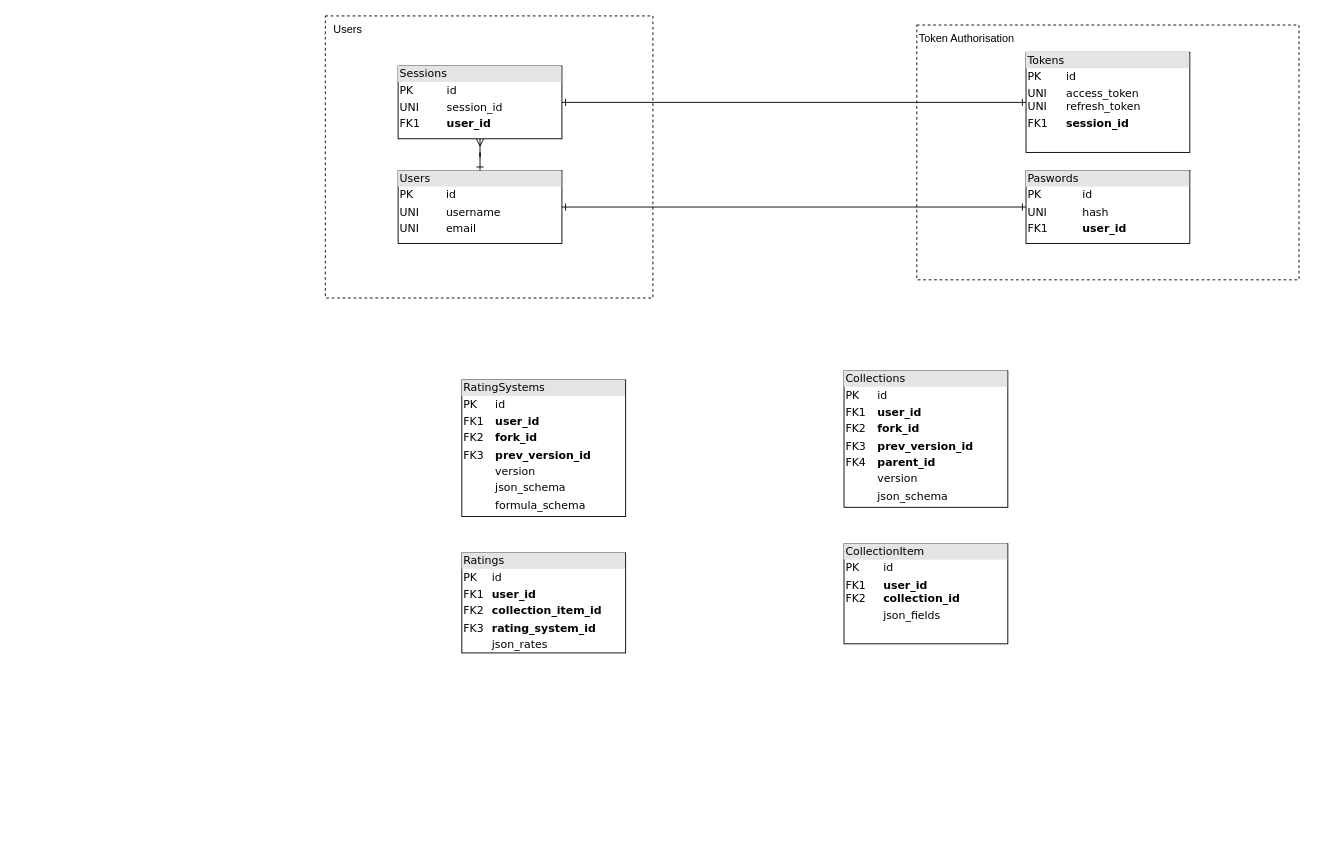
The draw.io diagram rateme.drawio in rateme-io/main, before the edit. Source tidied: cells renumbered, new cells numbered last; positions are measured from the earlier drawing's top-left corner, leaving out a move shared by most shapes. Both pictures are drawn from the tidied source at 91%, with x=0, y=0 at pixel (325, 15).
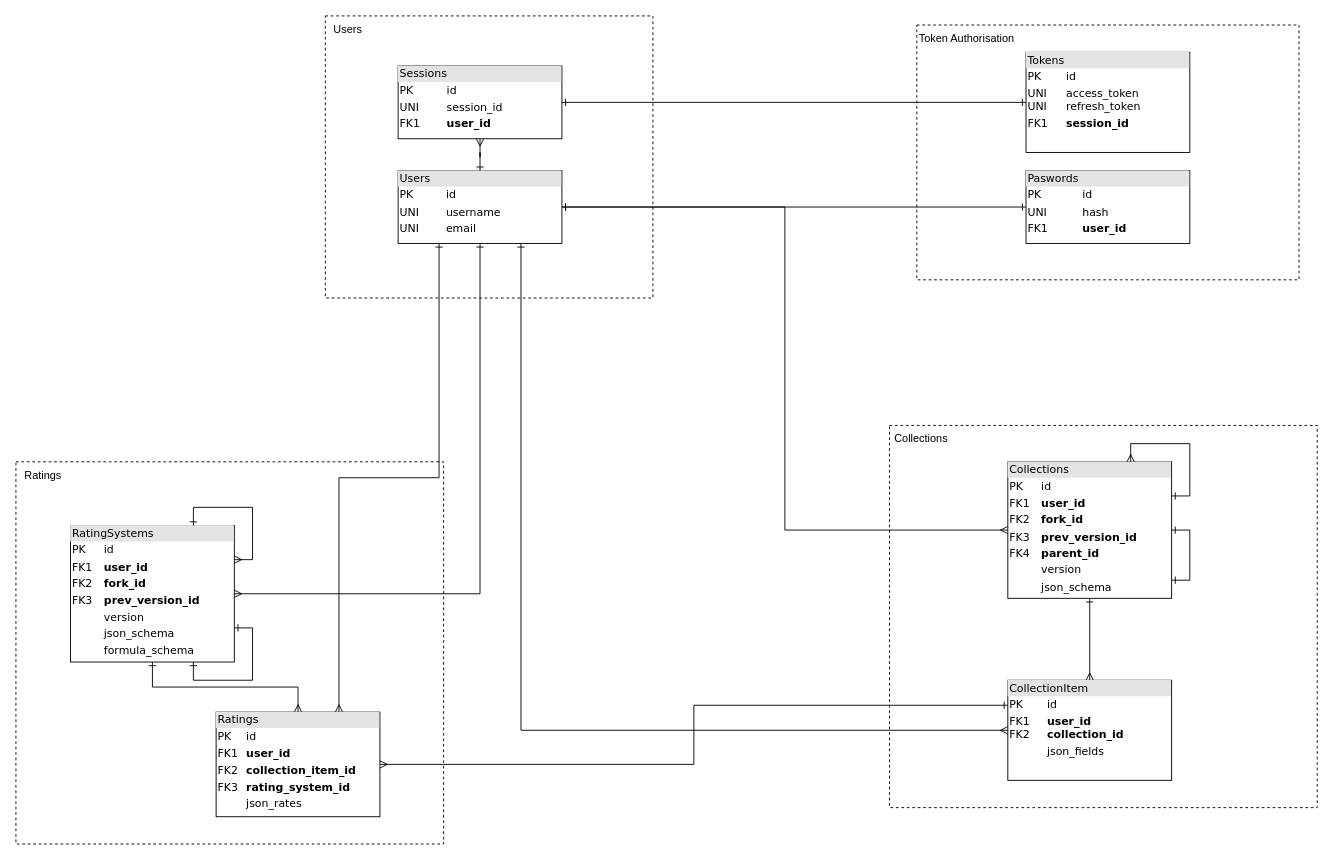
The same diagram, later.

Commit message:
add collections and ratings

Change to the diagram source:
```diff
@@
-    <mxCell id="2" style="group;" parent="1" vertex="1">
-      <mxGeometry width="360" height="310" as="geometry" />
-    </mxCell>
+    <mxCell id="6" style="rounded=0;whiteSpace=wrap;html=1;fillColor=none;dashed=1;" parent="1" vertex="1">
+      <mxGeometry width="360" height="310" as="geometry" />
+    </mxCell>
+    <mxCell id="24" style="edgeStyle=orthogonalEdgeStyle;rounded=0;jettySize=auto;html=1;entryX=0;entryY=0.5;entryDx=0;entryDy=0;endArrow=ERmany;endFill=0;startArrow=ERone;startFill=0;" parent="1" edge="1" source="3" target="20">
+      <mxGeometry relative="1" as="geometry" />
+    </mxCell>
-    <mxCell id="3" value="&lt;div style=&quot;box-sizing: border-box; width: 100%; background: rgb(228, 228, 228); padding: 2px;&quot;&gt;Users&lt;/div&gt;&lt;table style=&quot;width:100%;font-size:1em;&quot; cellpadding=&quot;2&quot; cellspacing=&quot;0&quot;&gt;&lt;tbody&gt;&lt;tr&gt;&lt;td&gt;PK&lt;/td&gt;&lt;td&gt;id&lt;/td&gt;&lt;/tr&gt;&lt;tr&gt;&lt;td&gt;UNI&lt;/td&gt;&lt;td&gt;username&lt;/td&gt;&lt;/tr&gt;&lt;tr&gt;&lt;td&gt;UNI&lt;/td&gt;&lt;td&gt;email&lt;/td&gt;&lt;/tr&gt;&lt;/tbody&gt;&lt;/table&gt;" style="verticalAlign=top;align=left;overflow=fill;html=1;rounded=0;shadow=0;comic=0;labelBackgroundColor=none;strokeWidth=1;fontFamily=Verdana;fontSize=12;" parent="2" vertex="1">
+    <mxCell id="3" value="&lt;div style=&quot;box-sizing: border-box; width: 100%; background: rgb(228, 228, 228); padding: 2px;&quot;&gt;Users&lt;/div&gt;&lt;table style=&quot;width:100%;font-size:1em;&quot; cellpadding=&quot;2&quot; cellspacing=&quot;0&quot;&gt;&lt;tbody&gt;&lt;tr&gt;&lt;td&gt;PK&lt;/td&gt;&lt;td&gt;id&lt;/td&gt;&lt;/tr&gt;&lt;tr&gt;&lt;td&gt;UNI&lt;/td&gt;&lt;td&gt;username&lt;/td&gt;&lt;/tr&gt;&lt;tr&gt;&lt;td&gt;UNI&lt;/td&gt;&lt;td&gt;email&lt;/td&gt;&lt;/tr&gt;&lt;/tbody&gt;&lt;/table&gt;" style="verticalAlign=top;align=left;overflow=fill;html=1;rounded=0;shadow=0;comic=0;labelBackgroundColor=none;strokeWidth=1;fontFamily=Verdana;fontSize=12;" parent="1" vertex="1">
       <mxGeometry x="80" y="170" width="180" height="80" as="geometry" />
     </mxCell>
-    <mxCell id="4" style="edgeStyle=orthogonalEdgeStyle;rounded=0;jettySize=auto;html=1;endArrow=ERone;endFill=0;startArrow=ERmany;startFill=0;" parent="2" edge="1" source="5" target="3">
+    <mxCell id="4" style="edgeStyle=orthogonalEdgeStyle;rounded=0;jettySize=auto;html=1;endArrow=ERone;endFill=0;startArrow=ERmany;startFill=0;" parent="1" edge="1" source="5" target="3">
       <mxGeometry relative="1" as="geometry" />
     </mxCell>
-    <mxCell id="5" value="&lt;div style=&quot;box-sizing: border-box; width: 100%; background: rgb(228, 228, 228); padding: 2px;&quot;&gt;Sessions&lt;/div&gt;&lt;table style=&quot;width:100%;font-size:1em;&quot; cellpadding=&quot;2&quot; cellspacing=&quot;0&quot;&gt;&lt;tbody&gt;&lt;tr&gt;&lt;td&gt;PK&lt;/td&gt;&lt;td&gt;id&lt;/td&gt;&lt;/tr&gt;&lt;tr&gt;&lt;td&gt;UNI&lt;/td&gt;&lt;td&gt;session_id&lt;/td&gt;&lt;/tr&gt;&lt;tr&gt;&lt;td&gt;FK1&lt;/td&gt;&lt;td&gt;&lt;b&gt;user_id&lt;/b&gt;&lt;/td&gt;&lt;/tr&gt;&lt;/tbody&gt;&lt;/table&gt;" style="verticalAlign=top;align=left;overflow=fill;html=1;rounded=0;shadow=0;comic=0;labelBackgroundColor=none;strokeWidth=1;fontFamily=Verdana;fontSize=12;" parent="2" vertex="1">
+    <mxCell id="5" value="&lt;div style=&quot;box-sizing: border-box; width: 100%; background: rgb(228, 228, 228); padding: 2px;&quot;&gt;Sessions&lt;/div&gt;&lt;table style=&quot;width:100%;font-size:1em;&quot; cellpadding=&quot;2&quot; cellspacing=&quot;0&quot;&gt;&lt;tbody&gt;&lt;tr&gt;&lt;td&gt;PK&lt;/td&gt;&lt;td&gt;id&lt;/td&gt;&lt;/tr&gt;&lt;tr&gt;&lt;td&gt;UNI&lt;/td&gt;&lt;td&gt;session_id&lt;/td&gt;&lt;/tr&gt;&lt;tr&gt;&lt;td&gt;FK1&lt;/td&gt;&lt;td&gt;&lt;b&gt;user_id&lt;/b&gt;&lt;/td&gt;&lt;/tr&gt;&lt;/tbody&gt;&lt;/table&gt;" style="verticalAlign=top;align=left;overflow=fill;html=1;rounded=0;shadow=0;comic=0;labelBackgroundColor=none;strokeWidth=1;fontFamily=Verdana;fontSize=12;" parent="1" vertex="1">
       <mxGeometry x="80" y="55" width="180" height="80" as="geometry" />
     </mxCell>
-    <mxCell id="6" style="rounded=0;whiteSpace=wrap;html=1;fillColor=none;dashed=1;" parent="2" vertex="1">
-      <mxGeometry width="360" height="310" as="geometry" />
-    </mxCell>
-    <mxCell id="7" value="Users" style="text;html=1;align=center;verticalAlign=middle;whiteSpace=wrap;rounded=0;" parent="2" vertex="1">
+    <mxCell id="7" value="Users" style="text;html=1;align=center;verticalAlign=middle;whiteSpace=wrap;rounded=0;" parent="1" vertex="1">
       <mxGeometry width="50" height="30" as="geometry" />
     </mxCell>
+    <mxCell id="25" style="edgeStyle=orthogonalEdgeStyle;rounded=0;jettySize=auto;html=1;entryX=0.75;entryY=1;entryDx=0;entryDy=0;endArrow=ERone;endFill=0;startArrow=ERmany;startFill=0;" parent="1" edge="1" source="22" target="3">
+      <mxGeometry relative="1" as="geometry" />
+    </mxCell>
+    <mxCell id="26" style="edgeStyle=orthogonalEdgeStyle;rounded=0;jettySize=auto;html=1;entryX=0.5;entryY=1;entryDx=0;entryDy=0;endArrow=ERone;endFill=0;startArrow=ERmany;startFill=0;" parent="1" edge="1" source="21" target="3">
+      <mxGeometry relative="1" as="geometry" />
+    </mxCell>
+    <mxCell id="27" style="edgeStyle=orthogonalEdgeStyle;rounded=0;jettySize=auto;html=1;exitX=0.75;exitY=0;exitDx=0;exitDy=0;entryX=0.25;entryY=1;entryDx=0;entryDy=0;endArrow=ERone;endFill=0;startArrow=ERmany;startFill=0;" parent="1" edge="1" source="23" target="3">
+      <mxGeometry relative="1" as="geometry" />
+    </mxCell>
+    <mxCell id="28" style="rounded=0;whiteSpace=wrap;html=1;fillColor=none;dashed=1;" parent="1" vertex="1">
+      <mxGeometry x="-340" y="490" width="470" height="420" as="geometry" />
+    </mxCell>
+    <mxCell id="29" value="Ratings" style="text;html=1;align=center;verticalAlign=middle;whiteSpace=wrap;rounded=0;" parent="1" vertex="1">
+      <mxGeometry x="-340" y="490" width="60" height="30" as="geometry" />
+    </mxCell>
+    <mxCell id="30" style="rounded=0;whiteSpace=wrap;html=1;fillColor=none;dashed=1;" parent="1" vertex="1">
+      <mxGeometry x="620" y="450" width="470" height="420" as="geometry" />
+    </mxCell>
+    <mxCell id="31" value="Collections" style="text;html=1;align=center;verticalAlign=middle;whiteSpace=wrap;rounded=0;" parent="1" vertex="1">
+      <mxGeometry x="620" y="450" width="70" height="30" as="geometry" />
+    </mxCell>
@@
     <mxCell id="20" value="&lt;div style=&quot;box-sizing: border-box; width: 100%; background: rgb(228, 228, 228); padding: 2px;&quot;&gt;Collections&lt;/div&gt;&lt;table style=&quot;width:100%;font-size:1em;&quot; cellpadding=&quot;2&quot; cellspacing=&quot;0&quot;&gt;&lt;tbody&gt;&lt;tr&gt;&lt;td&gt;PK&lt;/td&gt;&lt;td&gt;id&lt;/td&gt;&lt;/tr&gt;&lt;tr&gt;&lt;td&gt;FK1&lt;/td&gt;&lt;td&gt;&lt;b&gt;user_id&lt;/b&gt;&lt;/td&gt;&lt;/tr&gt;&lt;tr&gt;&lt;td&gt;FK2&lt;/td&gt;&lt;td&gt;&lt;b&gt;fork_id&lt;/b&gt;&lt;/td&gt;&lt;/tr&gt;&lt;tr&gt;&lt;td&gt;FK3&lt;/td&gt;&lt;td&gt;&lt;b&gt;prev_version_id&lt;/b&gt;&lt;/td&gt;&lt;/tr&gt;&lt;tr&gt;&lt;td&gt;FK4&lt;/td&gt;&lt;td&gt;&lt;b&gt;parent_id&lt;/b&gt;&lt;/td&gt;&lt;/tr&gt;&lt;tr&gt;&lt;td&gt;&lt;br&gt;&lt;/td&gt;&lt;td&gt;version&lt;/td&gt;&lt;/tr&gt;&lt;tr&gt;&lt;td&gt;&lt;br&gt;&lt;/td&gt;&lt;td&gt;json_schema&lt;/td&gt;&lt;/tr&gt;&lt;/tbody&gt;&lt;/table&gt;" style="verticalAlign=top;align=left;overflow=fill;html=1;rounded=0;shadow=0;comic=0;labelBackgroundColor=none;strokeWidth=1;fontFamily=Verdana;fontSize=12;" parent="19" vertex="1">
-      <mxGeometry x="570" y="390" width="180" height="150" as="geometry" />
+      <mxGeometry x="750" y="490" width="180" height="150" as="geometry" />
     </mxCell>
     <mxCell id="21" value="&lt;div style=&quot;box-sizing: border-box; width: 100%; background: rgb(228, 228, 228); padding: 2px;&quot;&gt;RatingSystems&lt;/div&gt;&lt;table style=&quot;width:100%;font-size:1em;&quot; cellpadding=&quot;2&quot; cellspacing=&quot;0&quot;&gt;&lt;tbody&gt;&lt;tr&gt;&lt;td&gt;PK&lt;/td&gt;&lt;td&gt;id&lt;/td&gt;&lt;/tr&gt;&lt;tr&gt;&lt;td&gt;FK1&lt;/td&gt;&lt;td&gt;&lt;b&gt;user_id&lt;/b&gt;&lt;/td&gt;&lt;/tr&gt;&lt;tr&gt;&lt;td&gt;FK2&lt;/td&gt;&lt;td&gt;&lt;b&gt;fork_id&lt;/b&gt;&lt;/td&gt;&lt;/tr&gt;&lt;tr&gt;&lt;td&gt;FK3&lt;/td&gt;&lt;td&gt;&lt;b&gt;prev_version_id&lt;/b&gt;&lt;/td&gt;&lt;/tr&gt;&lt;tr&gt;&lt;td&gt;&lt;br&gt;&lt;/td&gt;&lt;td&gt;version&lt;/td&gt;&lt;/tr&gt;&lt;tr&gt;&lt;td&gt;&lt;br&gt;&lt;/td&gt;&lt;td&gt;json_schema&lt;/td&gt;&lt;/tr&gt;&lt;tr&gt;&lt;td&gt;&lt;br&gt;&lt;/td&gt;&lt;td&gt;formula_schema&lt;/td&gt;&lt;/tr&gt;&lt;tr&gt;&lt;td&gt;&lt;br&gt;&lt;br&gt;&lt;/td&gt;&lt;td&gt;&lt;br&gt;&lt;/td&gt;&lt;/tr&gt;&lt;tr&gt;&lt;td&gt;&lt;br&gt;&lt;/td&gt;&lt;td&gt;&lt;br&gt;&lt;/td&gt;&lt;/tr&gt;&lt;tr&gt;&lt;td&gt;&lt;br&gt;&lt;/td&gt;&lt;td&gt;&lt;br&gt;&lt;/td&gt;&lt;/tr&gt;&lt;tr&gt;&lt;td&gt;&lt;br&gt;&lt;/td&gt;&lt;td&gt;&lt;br&gt;&lt;/td&gt;&lt;/tr&gt;&lt;/tbody&gt;&lt;/table&gt;" style="verticalAlign=top;align=left;overflow=fill;html=1;rounded=0;shadow=0;comic=0;labelBackgroundColor=none;strokeWidth=1;fontFamily=Verdana;fontSize=12;" parent="19" vertex="1">
-      <mxGeometry x="150" y="400" width="180" height="150" as="geometry" />
+      <mxGeometry x="-280" y="560" width="180" height="150" as="geometry" />
     </mxCell>
+    <mxCell id="32" style="edgeStyle=orthogonalEdgeStyle;rounded=0;jettySize=auto;html=1;endArrow=ERone;endFill=0;startArrow=ERmany;startFill=0;" parent="19" edge="1" source="22" target="20">
+      <mxGeometry relative="1" as="geometry" />
+    </mxCell>
     <mxCell id="22" value="&lt;div style=&quot;box-sizing: border-box; width: 100%; background: rgb(228, 228, 228); padding: 2px;&quot;&gt;CollectionItem&lt;/div&gt;&lt;table style=&quot;width:100%;font-size:1em;&quot; cellpadding=&quot;2&quot; cellspacing=&quot;0&quot;&gt;&lt;tbody&gt;&lt;tr&gt;&lt;td&gt;PK&lt;/td&gt;&lt;td&gt;id&lt;/td&gt;&lt;/tr&gt;&lt;tr&gt;&lt;td&gt;FK1&lt;br&gt;FK2&lt;/td&gt;&lt;td&gt;&lt;b&gt;user_id&lt;/b&gt;&lt;br&gt;&lt;b&gt;collection_id&lt;/b&gt;&lt;/td&gt;&lt;/tr&gt;&lt;tr&gt;&lt;td&gt;&lt;br&gt;&lt;/td&gt;&lt;td&gt;json_fields&lt;/td&gt;&lt;/tr&gt;&lt;/tbody&gt;&lt;/table&gt;" style="verticalAlign=top;align=left;overflow=fill;html=1;rounded=0;shadow=0;comic=0;labelBackgroundColor=none;strokeWidth=1;fontFamily=Verdana;fontSize=12;" parent="19" vertex="1">
-      <mxGeometry x="570" y="580" width="180" height="110" as="geometry" />
+      <mxGeometry x="750" y="730" width="180" height="110" as="geometry" />
     </mxCell>
+    <mxCell id="33" style="edgeStyle=orthogonalEdgeStyle;rounded=0;jettySize=auto;html=1;exitX=0.5;exitY=0;exitDx=0;exitDy=0;entryX=0.5;entryY=1;entryDx=0;entryDy=0;endArrow=ERone;endFill=0;startArrow=ERmany;startFill=0;" parent="19" edge="1" source="23" target="21">
+      <mxGeometry relative="1" as="geometry" />
+    </mxCell>
+    <mxCell id="34" style="edgeStyle=orthogonalEdgeStyle;rounded=0;jettySize=auto;html=1;entryX=0;entryY=0.25;entryDx=0;entryDy=0;endArrow=ERone;endFill=0;startArrow=ERmany;startFill=0;" parent="19" edge="1" source="23" target="22">
+      <mxGeometry relative="1" as="geometry" />
+    </mxCell>
     <mxCell id="23" value="&lt;div style=&quot;box-sizing: border-box; width: 100%; background: rgb(228, 228, 228); padding: 2px;&quot;&gt;Ratings&lt;/div&gt;&lt;table style=&quot;width:100%;font-size:1em;&quot; cellpadding=&quot;2&quot; cellspacing=&quot;0&quot;&gt;&lt;tbody&gt;&lt;tr&gt;&lt;td&gt;PK&lt;/td&gt;&lt;td&gt;id&lt;/td&gt;&lt;/tr&gt;&lt;tr&gt;&lt;td&gt;FK1&lt;/td&gt;&lt;td&gt;&lt;b&gt;user_id&lt;/b&gt;&lt;/td&gt;&lt;/tr&gt;&lt;tr&gt;&lt;td&gt;FK2&lt;/td&gt;&lt;td&gt;&lt;b&gt;collection_item_id&lt;/b&gt;&lt;/td&gt;&lt;/tr&gt;&lt;tr&gt;&lt;td&gt;FK3&lt;/td&gt;&lt;td&gt;&lt;b&gt;rating_system_id&lt;/b&gt;&lt;/td&gt;&lt;/tr&gt;&lt;tr&gt;&lt;td&gt;&lt;br&gt;&lt;/td&gt;&lt;td&gt;json_rates&lt;/td&gt;&lt;/tr&gt;&lt;tr&gt;&lt;td&gt;&lt;br&gt;&lt;/td&gt;&lt;td&gt;&lt;br&gt;&lt;/td&gt;&lt;/tr&gt;&lt;tr&gt;&lt;td&gt;&lt;br&gt;&lt;br&gt;&lt;/td&gt;&lt;td&gt;&lt;br&gt;&lt;/td&gt;&lt;/tr&gt;&lt;tr&gt;&lt;td&gt;&lt;br&gt;&lt;/td&gt;&lt;td&gt;&lt;br&gt;&lt;/td&gt;&lt;/tr&gt;&lt;tr&gt;&lt;td&gt;&lt;br&gt;&lt;/td&gt;&lt;td&gt;&lt;br&gt;&lt;/td&gt;&lt;/tr&gt;&lt;/tbody&gt;&lt;/table&gt;" style="verticalAlign=top;align=left;overflow=fill;html=1;rounded=0;shadow=0;comic=0;labelBackgroundColor=none;strokeWidth=1;fontFamily=Verdana;fontSize=12;" parent="19" vertex="1">
-      <mxGeometry x="150" y="590" width="180" height="110" as="geometry" />
+      <mxGeometry x="-120" y="765" width="180" height="115" as="geometry" />
     </mxCell>
+    <mxCell id="35" style="edgeStyle=orthogonalEdgeStyle;rounded=0;orthogonalLoop=1;jettySize=auto;html=1;exitX=1;exitY=0.5;exitDx=0;exitDy=0;entryX=1;entryY=0.867;entryDx=0;entryDy=0;entryPerimeter=0;endArrow=ERone;endFill=0;startArrow=ERone;startFill=0;" parent="19" edge="1" source="20" target="20">
+      <mxGeometry relative="1" as="geometry" />
+    </mxCell>
+    <mxCell id="36" style="edgeStyle=orthogonalEdgeStyle;rounded=0;orthogonalLoop=1;jettySize=auto;html=1;exitX=0.75;exitY=0;exitDx=0;exitDy=0;entryX=1;entryY=0.25;entryDx=0;entryDy=0;endArrow=ERone;endFill=0;startArrow=ERmany;startFill=0;" parent="19" edge="1" source="20" target="20">
+      <mxGeometry relative="1" as="geometry" />
+    </mxCell>
+    <mxCell id="37" style="edgeStyle=orthogonalEdgeStyle;rounded=0;orthogonalLoop=1;jettySize=auto;html=1;exitX=0.75;exitY=0;exitDx=0;exitDy=0;entryX=1;entryY=0.25;entryDx=0;entryDy=0;startArrow=ERone;startFill=0;endArrow=ERmany;endFill=0;" parent="19" edge="1" source="21" target="21">
+      <mxGeometry relative="1" as="geometry" />
+    </mxCell>
+    <mxCell id="38" style="edgeStyle=orthogonalEdgeStyle;rounded=0;orthogonalLoop=1;jettySize=auto;html=1;exitX=1;exitY=0.75;exitDx=0;exitDy=0;entryX=0.75;entryY=1;entryDx=0;entryDy=0;endArrow=ERone;endFill=0;startArrow=ERone;startFill=0;" parent="19" edge="1" source="21" target="21">
+      <mxGeometry relative="1" as="geometry" />
+    </mxCell>
```
